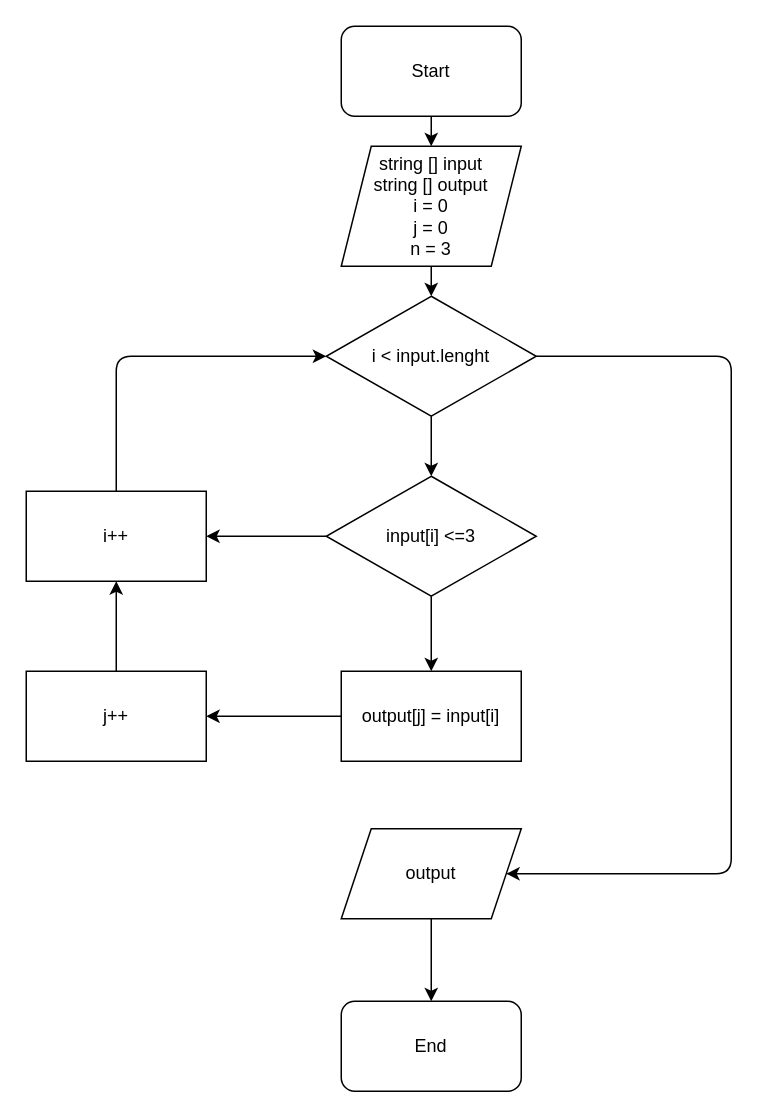
Above: Block_diagram.drawio in pereves/Final_work_block1 (draw.io), before the change. Source tidied: cells renumbered, new cells numbered last; positions are measured from the earlier drawing's top-left corner, leaving out a move shared by most shapes. Both pictures are drawn from the tidied source at 150%, with x=0, y=0 at pixel (26, 26).
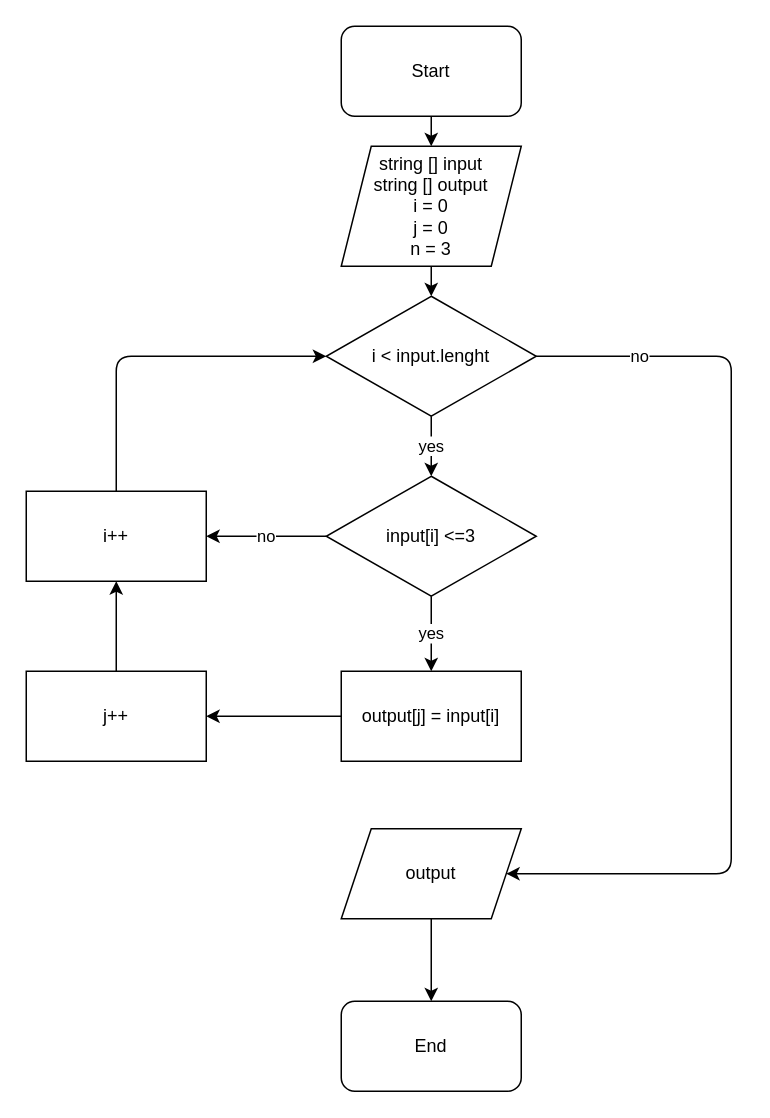
The same diagram, later.

The change refers to these unchanged cells:
```xml
<mxCell id="7" value="i &amp;lt; input.lenght" style="rhombus;whiteSpace=wrap;html=1;" parent="1" vertex="1">
  <mxGeometry x="200" y="180" width="140" height="80" as="geometry" />
</mxCell>
<mxCell id="10" value="input[i] &amp;lt;=3" style="rhombus;whiteSpace=wrap;html=1;" parent="1" vertex="1">
  <mxGeometry x="200" y="300" width="140" height="80" as="geometry" />
</mxCell>
<mxCell id="12" value="output[j] = input[i]" style="rounded=0;whiteSpace=wrap;html=1;" parent="1" vertex="1">
  <mxGeometry x="210" y="430" width="120" height="60" as="geometry" />
</mxCell>
<mxCell id="16" value="i++" style="rounded=0;whiteSpace=wrap;html=1;" parent="1" vertex="1">
  <mxGeometry y="310" width="120" height="60" as="geometry" />
</mxCell>
<mxCell id="18" value="output" style="shape=parallelogram;perimeter=parallelogramPerimeter;whiteSpace=wrap;html=1;fixedSize=1;" parent="1" vertex="1">
  <mxGeometry x="210" y="535" width="120" height="60" as="geometry" />
</mxCell>
```

What changed in the source:
```diff
@@
-    <mxCell id="5" style="edgeStyle=none;html=1;" parent="1" edge="1" source="7" target="10">
+    <mxCell id="5" value="yes" style="edgeStyle=none;html=1;" parent="1" edge="1" source="7" target="10">
       <mxGeometry relative="1" as="geometry" />
     </mxCell>
-    <mxCell id="6" style="edgeStyle=none;html=1;entryX=1;entryY=0.5;entryDx=0;entryDy=0;" parent="1" edge="1" source="7" target="18">
-      <mxGeometry relative="1" as="geometry">
+    <mxCell id="6" value="no" style="edgeStyle=none;html=1;entryX=1;entryY=0.5;entryDx=0;entryDy=0;" parent="1" edge="1" source="7" target="18">
+      <mxGeometry x="-0.78" relative="1" as="geometry">
         <Array as="points">
           <mxPoint x="470" y="220" />
           <mxPoint x="470" y="565" />
         </Array>
       </mxGeometry>
     </mxCell>
@@
-    <mxCell id="8" style="edgeStyle=none;html=1;" parent="1" edge="1" source="10" target="12">
+    <mxCell id="8" value="yes" style="edgeStyle=none;html=1;" parent="1" edge="1" source="10" target="12">
       <mxGeometry relative="1" as="geometry" />
     </mxCell>
-    <mxCell id="9" style="edgeStyle=none;html=1;" parent="1" edge="1" source="10" target="16">
+    <mxCell id="9" value="no" style="edgeStyle=none;html=1;" parent="1" edge="1" source="10" target="16">
       <mxGeometry relative="1" as="geometry" />
     </mxCell>
```
